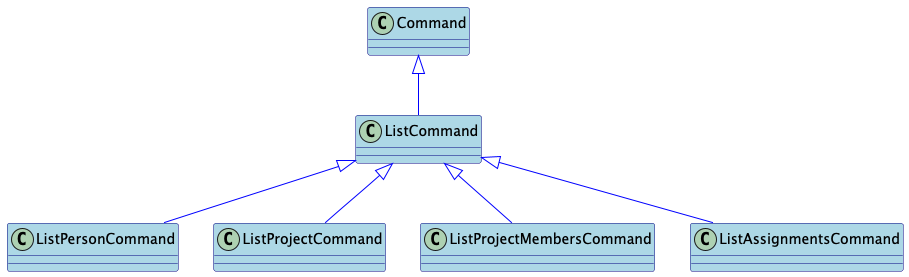
Earlier version of the PlantUML export docs/images/ListCommandClassDiagram.png (nus-cs2103-AY2425S1/tp).
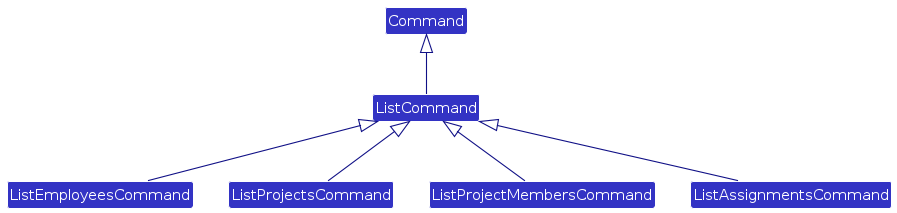
After the change.

Diff of the diagram source:
```diff
@@ -1,14 +1,13 @@
 @startuml
-skinparam class {
-    BackgroundColor #ADD8E6
-    ArrowColor #0000FF
-    BorderColor #000080
-}
+!include style.puml
+skinparam arrowThickness 1.1
+skinparam arrowColor LOGIC_COLOR_T4
+skinparam classBackgroundColor LOGIC_COLOR
 
 Command <|-- ListCommand
 
-ListCommand <|-- ListPersonCommand
-ListCommand <|-- ListProjectCommand
+ListCommand <|-- ListEmployeesCommand
+ListCommand <|-- ListProjectsCommand
 ListCommand <|-- ListProjectMembersCommand
 ListCommand <|-- ListAssignmentsCommand
 
```
